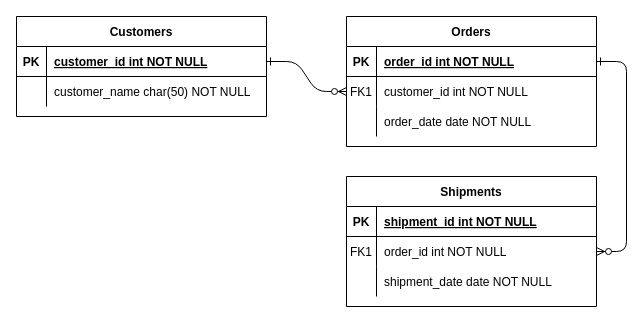
Earlier version of the draw.io diagram Untitled Diagram.drawio (abergeron1905/SpringTuto). Source tidied: cells renumbered, new cells numbered last; positions are measured from the earlier drawing's top-left corner, leaving out a move shared by most shapes. Both pictures are drawn from the tidied source at 100%, with x=0, y=0 at pixel (16, 16).
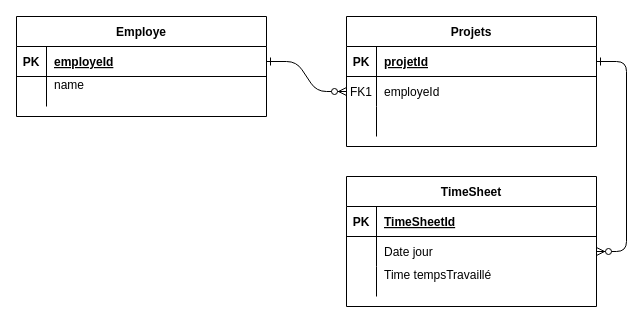
Above is the later version.

The change refers to these unchanged cells:
```xml
<mxCell id="5" style="shape=partialRectangle;fillColor=none;points=[[0,0.5],[1,0.5]];portConstraint=eastwest;top=0;left=0;right=0;bottom=1;" parent="4" vertex="1">
  <mxGeometry y="30" width="250" height="30" as="geometry" />
</mxCell>
<mxCell id="8" style="shape=partialRectangle;fillColor=none;points=[[0,0.5],[1,0.5]];portConstraint=eastwest;top=0;left=0;right=0;bottom=0;" parent="4" vertex="1">
  <mxGeometry y="60" width="250" height="30" as="geometry" />
</mxCell>
<mxCell id="11" style="shape=partialRectangle;fillColor=none;top=0;left=0;right=0;bottom=0;" parent="4" vertex="1">
  <mxGeometry y="90" width="250" height="30" as="geometry" />
</mxCell>
<mxCell id="15" style="shape=partialRectangle;fillColor=none;top=0;left=0;right=0;bottom=1;" parent="14" vertex="1">
  <mxGeometry y="30" width="250" height="30" as="geometry" />
</mxCell>
<mxCell id="18" style="shape=partialRectangle;fillColor=none;points=[[0,0.5],[1,0.5]];portConstraint=eastwest;top=0;left=0;right=0;bottom=0;" parent="14" vertex="1">
  <mxGeometry y="60" width="250" height="30" as="geometry" />
</mxCell>
<mxCell id="21" style="shape=partialRectangle;fillColor=none;top=0;left=0;right=0;bottom=0;" parent="14" vertex="1">
  <mxGeometry y="90" width="250" height="30" as="geometry" />
</mxCell>
<mxCell id="25" style="shape=partialRectangle;fillColor=none;points=[[0,0.5],[1,0.5]];portConstraint=eastwest;top=0;left=0;right=0;bottom=1;" parent="24" vertex="1">
  <mxGeometry y="30" width="250" height="30" as="geometry" />
</mxCell>
<mxCell id="28" style="shape=partialRectangle;fillColor=none;top=0;left=0;right=0;bottom=0;" parent="24" vertex="1">
  <mxGeometry y="60" width="250" height="30" as="geometry" />
</mxCell>
```

Change to the diagram source:
```diff
@@
-    <mxCell id="4" value="Orders" style="shape=table;startSize=30;childLayout=tableLayout;rowLines=0;fontStyle=1;align=center;" parent="1" vertex="1">
+    <mxCell id="4" value="Projets" style="shape=table;startSize=30;childLayout=tableLayout;rowLines=0;fontStyle=1;align=center;" parent="1" vertex="1">
       <mxGeometry x="330" width="250" height="130" as="geometry" />
     </mxCell>
@@
-    <mxCell id="7" value="order_id int NOT NULL " style="shape=partialRectangle;overflow=hidden;fillColor=none;top=0;left=0;bottom=0;right=0;align=left;spacingLeft=6;fontStyle=5;" parent="5" vertex="1">
+    <mxCell id="7" value="projetId" style="shape=partialRectangle;overflow=hidden;fillColor=none;top=0;left=0;bottom=0;right=0;align=left;spacingLeft=6;fontStyle=5;" parent="5" vertex="1">
       <mxGeometry x="30" width="220" height="30" as="geometry" />
     </mxCell>
@@
-    <mxCell id="10" value="customer_id int NOT NULL" style="shape=partialRectangle;overflow=hidden;fillColor=none;top=0;left=0;bottom=0;right=0;align=left;spacingLeft=6;" parent="8" vertex="1">
+    <mxCell id="10" value="employeId" style="shape=partialRectangle;overflow=hidden;fillColor=none;top=0;left=0;bottom=0;right=0;align=left;spacingLeft=6;" parent="8" vertex="1">
       <mxGeometry x="30" width="220" height="30" as="geometry" />
     </mxCell>
@@
-    <mxCell id="13" value="order_date date NOT NULL" style="shape=partialRectangle;overflow=hidden;fillColor=none;top=0;left=0;bottom=0;right=0;align=left;spacingLeft=6;" parent="11" vertex="1">
+    <mxCell id="13" style="shape=partialRectangle;overflow=hidden;fillColor=none;top=0;left=0;bottom=0;right=0;align=left;spacingLeft=6;" parent="11" vertex="1">
       <mxGeometry x="30" width="220" height="30" as="geometry" />
     </mxCell>
-    <mxCell id="14" value="Shipments" style="shape=table;startSize=30;childLayout=tableLayout;rowLines=0;fontStyle=1;align=center;" parent="1" vertex="1">
+    <mxCell id="14" value="TimeSheet" style="shape=table;startSize=30;childLayout=tableLayout;rowLines=0;fontStyle=1;align=center;" parent="1" vertex="1">
       <mxGeometry x="330" y="160" width="250" height="130" as="geometry" />
     </mxCell>
@@
-    <mxCell id="17" value="shipment_id int NOT NULL " style="shape=partialRectangle;overflow=hidden;fillColor=none;top=0;left=0;bottom=0;right=0;align=left;spacingLeft=6;fontStyle=5;" parent="15" vertex="1">
+    <mxCell id="17" value="TimeSheetId" style="shape=partialRectangle;overflow=hidden;fillColor=none;top=0;left=0;bottom=0;right=0;align=left;spacingLeft=6;fontStyle=5;" parent="15" vertex="1">
       <mxGeometry x="30" width="220" height="30" as="geometry" />
     </mxCell>
@@
-    <mxCell id="19" value="FK1" style="shape=partialRectangle;overflow=hidden;fillColor=none;top=0;left=0;bottom=0;right=0;" parent="18" vertex="1">
+    <mxCell id="19" style="shape=partialRectangle;overflow=hidden;fillColor=none;top=0;left=0;bottom=0;right=0;" parent="18" vertex="1">
       <mxGeometry width="30" height="30" as="geometry" />
     </mxCell>
-    <mxCell id="20" value="order_id int NOT NULL" style="shape=partialRectangle;overflow=hidden;fillColor=none;top=0;left=0;bottom=0;right=0;align=left;spacingLeft=6;" parent="18" vertex="1">
+    <mxCell id="20" value="Date jour" style="shape=partialRectangle;overflow=hidden;fillColor=none;top=0;left=0;bottom=0;right=0;align=left;spacingLeft=6;" parent="18" vertex="1">
       <mxGeometry x="30" width="220" height="30" as="geometry" />
     </mxCell>
@@
-    <mxCell id="23" value="shipment_date date NOT NULL" style="shape=partialRectangle;overflow=hidden;fillColor=none;top=0;left=0;bottom=0;right=0;align=left;spacingLeft=6;" parent="21" vertex="1">
+    <mxCell id="23" value="Time tempsTravaillé&#10;" style="shape=partialRectangle;overflow=hidden;fillColor=none;top=0;left=0;bottom=0;right=0;align=left;spacingLeft=6;" parent="21" vertex="1">
       <mxGeometry x="30" width="220" height="30" as="geometry" />
     </mxCell>
-    <mxCell id="24" value="Customers" style="shape=table;startSize=30;childLayout=tableLayout;rowLines=0;fontStyle=1;align=center;" parent="1" vertex="1">
+    <mxCell id="24" value="Employe" style="shape=table;startSize=30;childLayout=tableLayout;rowLines=0;fontStyle=1;align=center;" parent="1" vertex="1">
       <mxGeometry width="250" height="100" as="geometry" />
     </mxCell>
@@
-    <mxCell id="27" value="customer_id int NOT NULL " style="shape=partialRectangle;overflow=hidden;fillColor=none;top=0;left=0;bottom=0;right=0;align=left;spacingLeft=6;fontStyle=5;" parent="25" vertex="1">
+    <mxCell id="27" value="employeId" style="shape=partialRectangle;overflow=hidden;fillColor=none;top=0;left=0;bottom=0;right=0;align=left;spacingLeft=6;fontStyle=5;" parent="25" vertex="1">
       <mxGeometry x="30" width="220" height="30" as="geometry" />
     </mxCell>
@@
-    <mxCell id="30" value="customer_name char(50) NOT NULL" style="shape=partialRectangle;overflow=hidden;fillColor=none;top=0;left=0;bottom=0;right=0;align=left;spacingLeft=6;" parent="28" vertex="1">
+    <mxCell id="30" value="name&#10;" style="shape=partialRectangle;overflow=hidden;fillColor=none;top=0;left=0;bottom=0;right=0;align=left;spacingLeft=6;" parent="28" vertex="1">
       <mxGeometry x="30" width="220" height="30" as="geometry" />
     </mxCell>
```
